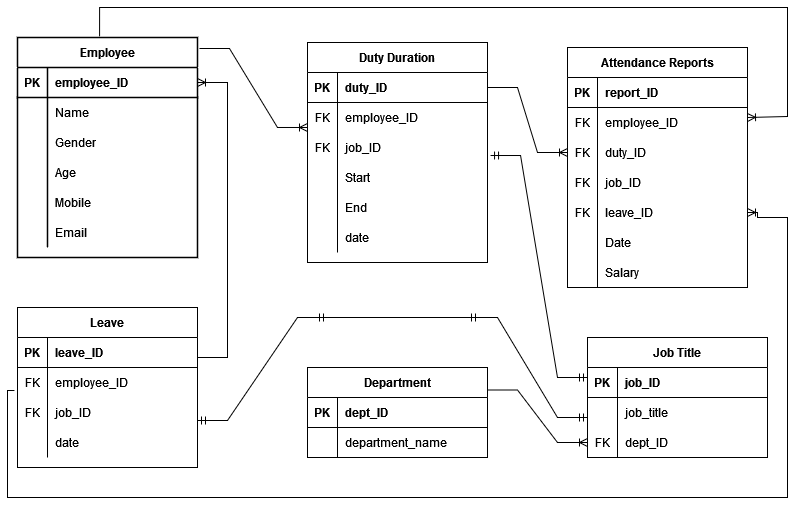
Above: postgresql/ER Diagram of AMS.drawio.png in Jaskaran11/Training (draw.io), before the change. Source tidied: cells renumbered, new cells last; positions are measured from the earlier drawing's top-left corner, leaving out a move shared by most shapes.
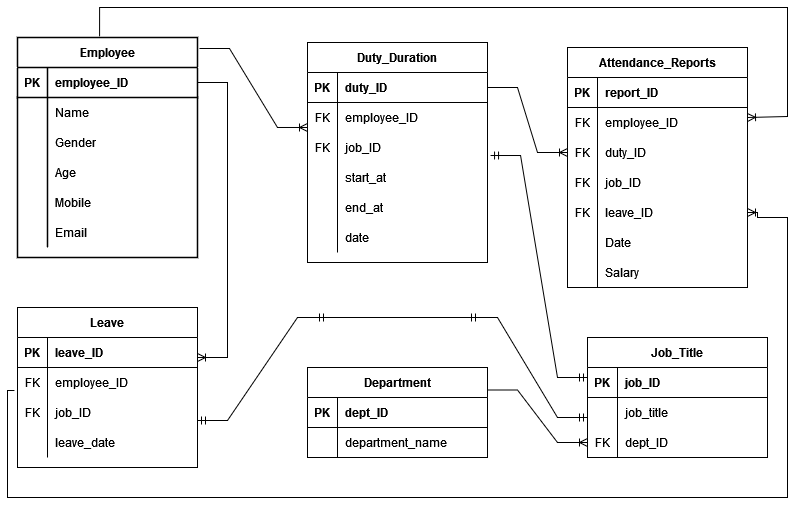
After the change.

Commit message:
made some more changes in the er diagram

The edit, as a diff of the source:
```diff
@@ -2,9 +2,18 @@
   <root>
     <mxCell id="0" />
     <mxCell id="1" parent="0" />
-    <mxCell id="2" value="Employee" style="shape=table;startSize=30;rowLines=0;fontStyle=1;align=center;shadow=0;strokeWidth=1.5;fillColor=default;gradientColor=none;strokeColor=default;" parent="1" vertex="1">
+    <mxCell id="2" value="Employee" style="shape=table;startSize=30;rowLines=0;fontStyle=1;align=center;shadow=0;strokeWidth=1.5;fillColor=default;gradientColor=none;strokeColor=default;rounded=0;" parent="1" vertex="1">
       <mxGeometry x="10" y="30" width="180" height="220" as="geometry" />
     </mxCell>
+    <mxCell id="93" style="edgeStyle=orthogonalEdgeStyle;fontSize=12;html=1;endArrow=ERoneToMany;rounded=0;entryX=1;entryY=0.5;entryDx=0;entryDy=0;exitX=1;exitY=0.5;exitDx=0;exitDy=0;" parent="2" edge="1" source="3">
+      <mxGeometry relative="1" as="geometry">
+        <mxPoint x="180" y="320" as="targetPoint" />
+        <Array as="points">
+          <mxPoint x="210" y="45" />
+          <mxPoint x="210" y="320" />
+        </Array>
+      </mxGeometry>
+    </mxCell>
     <mxCell id="3" style="shape=tableRow;horizontal=0;startSize=0;swimlaneHead=0;swimlaneBody=0;fillColor=none;points=[[0,0.5],[1,0.5]];portConstraint=eastwest;top=0;left=0;right=0;bottom=1;shadow=0;strokeWidth=1.5;" parent="2" vertex="1">
       <mxGeometry y="30" width="180" height="30" as="geometry" />
     </mxCell>
@@ -59,7 +68,7 @@
     <mxCell id="20" value="Email" style="shape=partialRectangle;fillColor=none;top=0;left=0;bottom=0;right=0;align=left;spacingLeft=6;overflow=hidden;shadow=0;strokeWidth=9;" parent="18" vertex="1">
       <mxGeometry x="30" width="150" height="30" as="geometry" />
     </mxCell>
-    <mxCell id="21" value="Duty Duration" style="shape=table;startSize=30;rowLines=0;fontStyle=1;align=center;shadow=0;strokeWidth=1;fillColor=default;gradientColor=none;" parent="1" vertex="1">
+    <mxCell id="21" value="Duty_Duration" style="shape=table;startSize=30;rowLines=0;fontStyle=1;align=center;shadow=0;strokeWidth=1;fillColor=default;gradientColor=none;" parent="1" vertex="1">
       <mxGeometry x="300" y="35" width="180" height="220" as="geometry" />
     </mxCell>
     <mxCell id="22" style="shape=tableRow;horizontal=0;startSize=0;swimlaneHead=0;swimlaneBody=0;fillColor=none;top=0;left=0;right=0;bottom=1;shadow=0;strokeWidth=1;" parent="21" vertex="1">
@@ -95,7 +104,7 @@
     <mxCell id="32" style="shape=partialRectangle;fillColor=none;top=0;left=0;bottom=0;right=0;overflow=hidden;shadow=0;strokeWidth=9;" parent="31" vertex="1">
       <mxGeometry width="30" height="30" as="geometry" />
     </mxCell>
-    <mxCell id="33" value="Start" style="shape=partialRectangle;fillColor=none;top=0;left=0;bottom=0;right=0;align=left;spacingLeft=6;overflow=hidden;shadow=0;strokeWidth=9;" parent="31" vertex="1">
+    <mxCell id="33" value="start_at" style="shape=partialRectangle;fillColor=none;top=0;left=0;bottom=0;right=0;align=left;spacingLeft=6;overflow=hidden;shadow=0;strokeWidth=9;" parent="31" vertex="1">
       <mxGeometry x="30" width="150" height="30" as="geometry" />
     </mxCell>
     <mxCell id="34" style="shape=tableRow;horizontal=0;startSize=0;swimlaneHead=0;swimlaneBody=0;fillColor=none;top=0;left=0;right=0;bottom=0;shadow=0;strokeWidth=9;" parent="21" vertex="1">
@@ -104,7 +113,7 @@
     <mxCell id="35" style="shape=partialRectangle;fillColor=none;top=0;left=0;bottom=0;right=0;overflow=hidden;shadow=0;strokeWidth=9;" parent="34" vertex="1">
       <mxGeometry width="30" height="30" as="geometry" />
     </mxCell>
-    <mxCell id="36" value="End" style="shape=partialRectangle;fillColor=none;top=0;left=0;bottom=0;right=0;align=left;spacingLeft=6;overflow=hidden;shadow=0;strokeWidth=9;" parent="34" vertex="1">
+    <mxCell id="36" value="end_at" style="shape=partialRectangle;fillColor=none;top=0;left=0;bottom=0;right=0;align=left;spacingLeft=6;overflow=hidden;shadow=0;strokeWidth=9;" parent="34" vertex="1">
       <mxGeometry x="30" width="150" height="30" as="geometry" />
     </mxCell>
     <mxCell id="37" style="shape=tableRow;horizontal=0;startSize=0;swimlaneHead=0;swimlaneBody=0;fillColor=none;top=0;left=0;right=0;bottom=0;shadow=0;strokeWidth=9;" parent="21" vertex="1">
@@ -119,7 +128,7 @@
     <mxCell id="40" style="edgeStyle=entityRelationEdgeStyle;fontSize=12;html=1;endArrow=ERoneToMany;rounded=0;entryX=0;entryY=0.833;entryDx=0;entryDy=0;entryPerimeter=0;exitX=1.011;exitY=0.05;exitDx=0;exitDy=0;exitPerimeter=0;" parent="1" edge="1" source="2" target="25">
       <mxGeometry relative="1" as="geometry" />
     </mxCell>
-    <mxCell id="41" value="Attendance Reports" style="shape=table;startSize=30;rowLines=0;fontStyle=1;align=center;shadow=0;strokeColor=default;strokeWidth=1;fillColor=default;gradientColor=none;" parent="1" vertex="1">
+    <mxCell id="41" value="Attendance_Reports" style="shape=table;startSize=30;rowLines=0;fontStyle=1;align=center;shadow=0;strokeColor=default;strokeWidth=1;fillColor=default;gradientColor=none;" parent="1" vertex="1">
       <mxGeometry x="560" y="40" width="180" height="240" as="geometry" />
     </mxCell>
     <mxCell id="42" style="shape=tableRow;horizontal=0;startSize=0;swimlaneHead=0;swimlaneBody=0;fillColor=none;top=0;left=0;right=0;bottom=1;shadow=0;strokeColor=default;strokeWidth=1;" parent="41" vertex="1">
@@ -206,7 +215,7 @@
     <mxCell id="69" value="department_name" style="shape=partialRectangle;fillColor=none;top=0;left=0;bottom=0;right=0;align=left;spacingLeft=6;overflow=hidden;shadow=0;strokeColor=default;strokeWidth=1;" parent="67" vertex="1">
       <mxGeometry x="30" width="150" height="30" as="geometry" />
     </mxCell>
-    <mxCell id="70" value="Job Title" style="shape=table;startSize=30;rowLines=0;fontStyle=1;align=center;shadow=0;strokeColor=default;strokeWidth=1;fillColor=default;gradientColor=none;" parent="1" vertex="1">
+    <mxCell id="70" value="Job_Title" style="shape=table;startSize=30;rowLines=0;fontStyle=1;align=center;shadow=0;strokeColor=default;strokeWidth=1;fillColor=default;gradientColor=none;" parent="1" vertex="1">
       <mxGeometry x="580" y="330" width="180" height="120" as="geometry" />
     </mxCell>
     <mxCell id="71" style="shape=tableRow;horizontal=0;startSize=0;swimlaneHead=0;swimlaneBody=0;fillColor=none;top=0;left=0;right=0;bottom=1;shadow=0;strokeColor=default;strokeWidth=1;" parent="70" vertex="1">
@@ -272,14 +281,9 @@
     <mxCell id="91" style="shape=partialRectangle;fillColor=none;top=0;left=0;bottom=0;right=0;overflow=hidden;shadow=0;strokeColor=default;strokeWidth=1;" parent="90" vertex="1">
       <mxGeometry width="30" height="30" as="geometry" />
     </mxCell>
-    <mxCell id="92" value="date" style="shape=partialRectangle;fillColor=none;top=0;left=0;bottom=0;right=0;align=left;spacingLeft=6;overflow=hidden;shadow=0;strokeColor=default;strokeWidth=1;" parent="90" vertex="1">
+    <mxCell id="92" value="leave_date" style="shape=partialRectangle;fillColor=none;top=0;left=0;bottom=0;right=0;align=left;spacingLeft=6;overflow=hidden;shadow=0;strokeColor=default;strokeWidth=1;" parent="90" vertex="1">
       <mxGeometry x="30" width="150" height="30" as="geometry" />
     </mxCell>
-    <mxCell id="93" style="edgeStyle=entityRelationEdgeStyle;fontSize=12;html=1;endArrow=ERoneToMany;rounded=0;entryX=1;entryY=0.5;entryDx=0;entryDy=0;" parent="1" edge="1" target="3">
-      <mxGeometry relative="1" as="geometry">
-        <mxPoint x="190" y="350" as="sourcePoint" />
-      </mxGeometry>
-    </mxCell>
     <mxCell id="94" style="edgeStyle=entityRelationEdgeStyle;fontSize=12;html=1;endArrow=ERmandOne;startArrow=ERmandOne;rounded=0;" parent="1" edge="1">
       <mxGeometry relative="1" as="geometry">
         <mxPoint x="190" y="413" as="sourcePoint" />
```
